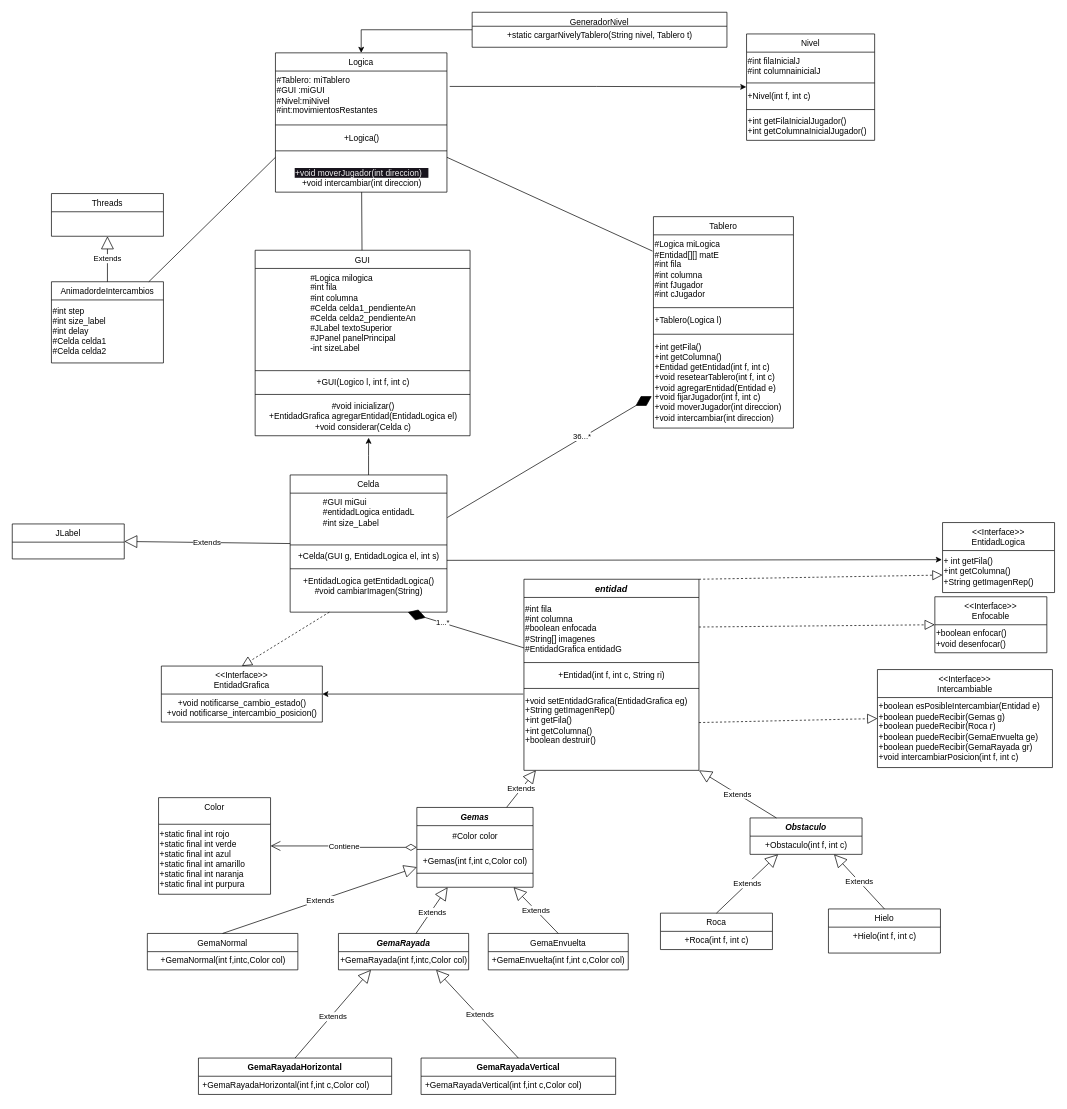
Brunitoa10/Candy_Crush_Gemas keeps this draw.io diagram as src/Diagrama/Extendido/Diagrama_Extendido_Candy_CrushV1.drawio. Above is the earlier version. Source tidied: cells renumbered, new cells numbered last; positions are measured from the earlier drawing's top-left corner, leaving out a move shared by most shapes. Both pictures are drawn from the tidied source at 70%, with x=0, y=0 at pixel (12, 12).
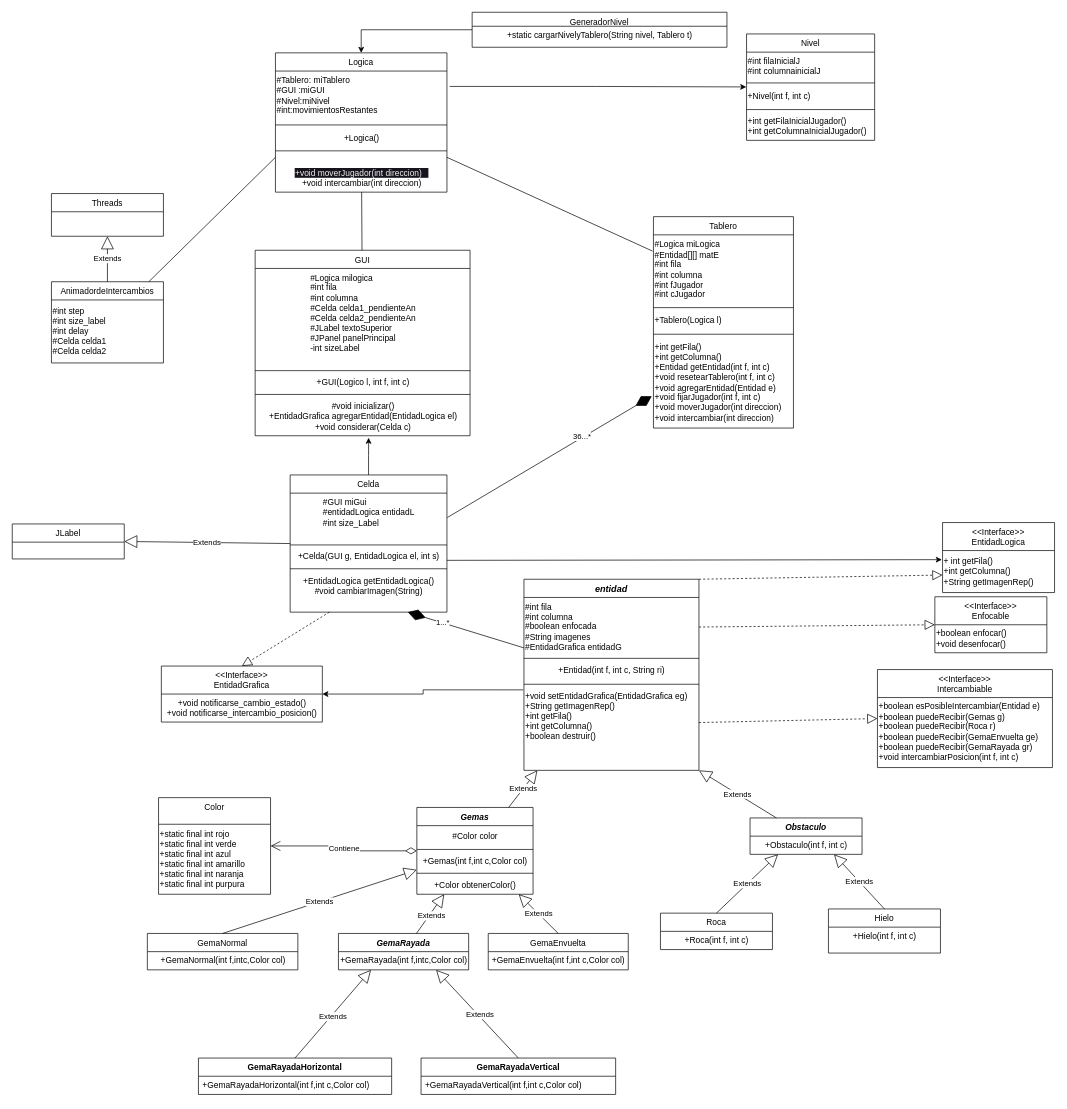
After the change.

Commit message:
Modifique el diagrama extendido en la clase gema, para que sea igual a la implementacion

The change refers to these unchanged cells:
```xml
<mxCell id="36" value="entidad" style="swimlane;fontStyle=3;align=center;verticalAlign=top;horizontal=1;startSize=26;rounded=0;shadow=0;strokeWidth=1;fontSize=13;" parent="1" vertex="1">
  <mxGeometry x="731" y="810" width="250" height="273" as="geometry" />
</mxCell>
```

Change to the diagram source:
```diff
@@
-    <mxCell id="37" value="#int fila&lt;br&gt;#int columna&lt;br&gt;#boolean enfocada&lt;br&gt;#String[] imagenes&lt;br&gt;#EntidadGrafica entidadG" style="text;html=1;align=left;verticalAlign=middle;strokeColor=none;fillColor=none;" parent="36" vertex="1">
-      <mxGeometry y="26" width="250" height="90" as="geometry" />
+    <mxCell id="37" value="#int fila&lt;br&gt;#int columna&lt;br&gt;#boolean enfocada&lt;br&gt;#String imagenes&lt;br&gt;#EntidadGrafica entidadG" style="text;html=1;align=left;verticalAlign=middle;strokeColor=none;fillColor=none;" parent="36" vertex="1">
+      <mxGeometry y="26" width="250" height="84" as="geometry" />
     </mxCell>
     <mxCell id="38" style="line;strokeWidth=1;fillColor=none;align=left;verticalAlign=middle;spacingTop=-1;spacingLeft=3;spacingRight=3;labelPosition=right;strokeColor=inherit;" parent="36" vertex="1">
-      <mxGeometry y="116" width="250" height="6" as="geometry" />
+      <mxGeometry y="110" width="250" height="6" as="geometry" />
     </mxCell>
     <mxCell id="39" value="+Entidad(int f, int c, String ri)" style="text;html=1;align=center;verticalAlign=middle;strokeColor=none;fillColor=none;" parent="36" vertex="1">
-      <mxGeometry y="122" width="250" height="30" as="geometry" />
+      <mxGeometry y="116" width="250" height="30" as="geometry" />
     </mxCell>
     <mxCell id="40" style="line;strokeWidth=1;fillColor=none;align=left;verticalAlign=middle;spacingTop=-1;spacingLeft=3;spacingRight=3;labelPosition=right;strokeColor=inherit;" parent="36" vertex="1">
-      <mxGeometry y="152" width="250" height="8" as="geometry" />
+      <mxGeometry y="146" width="250" height="8" as="geometry" />
     </mxCell>
     <mxCell id="41" value="+void setEntidadGrafica(EntidadGrafica eg)&lt;br&gt;+String getImagenRep()&lt;br&gt;+int getFila()&lt;br&gt;+int getColumna()&lt;br&gt;+boolean destruir()" style="text;html=1;align=left;verticalAlign=middle;points=[];strokeColor=none;fillColor=none;" parent="36" vertex="1">
-      <mxGeometry y="160" width="250" height="84" as="geometry" />
+      <mxGeometry y="154" width="250" height="84" as="geometry" />
     </mxCell>
@@
     <mxCell id="66" value="Gemas" style="swimlane;fontStyle=3;align=center;verticalAlign=top;horizontal=1;startSize=26;rounded=0;shadow=0;strokeWidth=1;" parent="1" vertex="1">
-      <mxGeometry x="578" y="1136" width="166" height="114" as="geometry" />
+      <mxGeometry x="578" y="1136" width="166" height="124" as="geometry" />
     </mxCell>
@@
+    <mxCell id="106" value="+Color obtenerColor()" style="text;html=1;align=center;verticalAlign=middle;strokeColor=none;fillColor=none;" parent="66" vertex="1">
+      <mxGeometry y="98" width="166" height="26" as="geometry" />
+    </mxCell>
```
